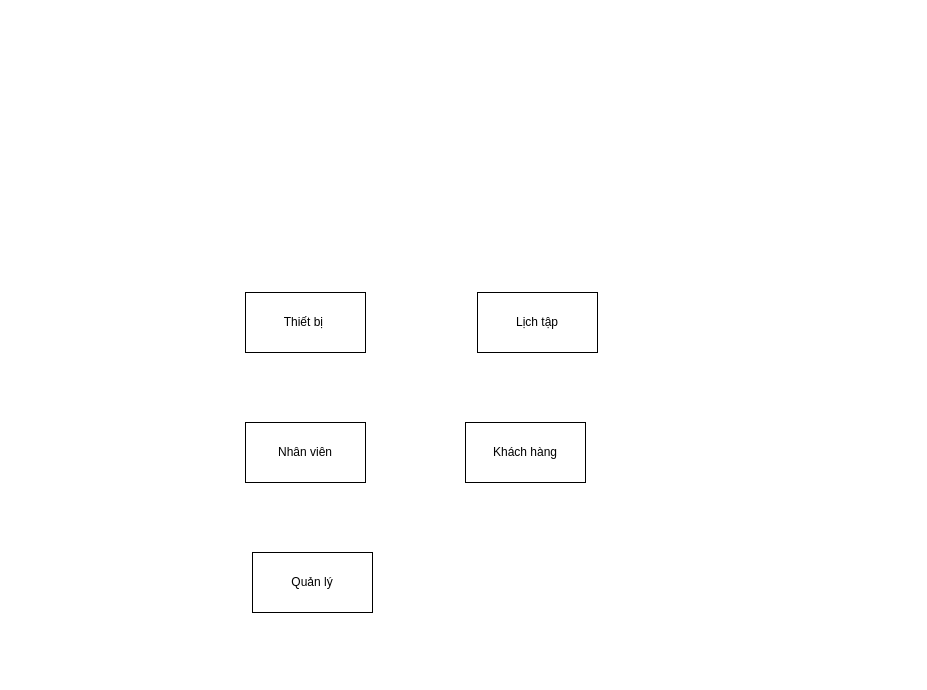
This is ERD.drawio from karuhame/PBL3, a draw.io file, before an edit. Source tidied: cells renumbered, new cells numbered last; positions are measured from the earlier drawing's top-left corner, leaving out a move shared by most shapes. Both pictures are drawn from the tidied source at 100%, with x=0, y=0 at pixel (245, 292).
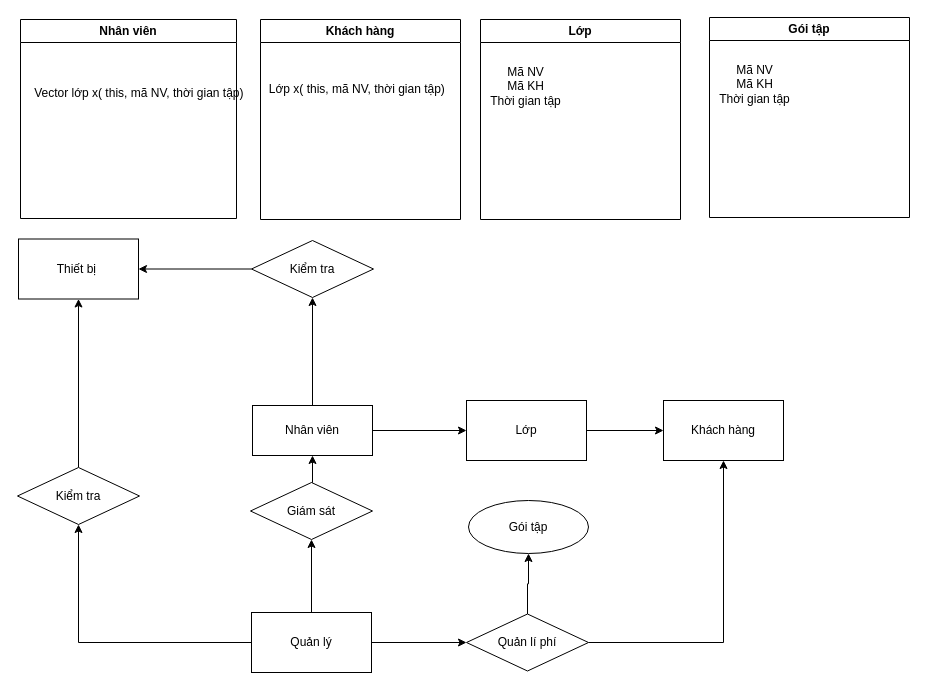
The same diagram, later.

Change to the diagram source:
```diff
@@
+    <mxCell id="7" style="edgeStyle=orthogonalEdgeStyle;rounded=0;jettySize=auto;html=1;exitX=0.5;exitY=0;exitDx=0;exitDy=0;entryX=0.5;entryY=1;entryDx=0;entryDy=0;" parent="1" edge="1" source="2" target="13">
+      <mxGeometry relative="1" as="geometry" />
+    </mxCell>
+    <mxCell id="8" style="edgeStyle=orthogonalEdgeStyle;rounded=0;jettySize=auto;html=1;exitX=1;exitY=0.5;exitDx=0;exitDy=0;entryX=0;entryY=0.5;entryDx=0;entryDy=0;" parent="1" edge="1" source="2" target="31">
+      <mxGeometry relative="1" as="geometry" />
+    </mxCell>
     <mxCell id="2" value="Nhân viên" style="rounded=0;whiteSpace=wrap;html=1;" parent="1" vertex="1">
-      <mxGeometry y="130" width="120" height="60" as="geometry" />
+      <mxGeometry x="7" y="113" width="120" height="50" as="geometry" />
     </mxCell>
     <mxCell id="3" value="Khách hàng" style="rounded=0;whiteSpace=wrap;html=1;" parent="1" vertex="1">
-      <mxGeometry x="220" y="130" width="120" height="60" as="geometry" />
+      <mxGeometry x="418" y="108" width="120" height="60" as="geometry" />
     </mxCell>
+    <mxCell id="9" style="edgeStyle=orthogonalEdgeStyle;rounded=0;jettySize=auto;html=1;exitX=0;exitY=0.5;exitDx=0;exitDy=0;entryX=0.5;entryY=1;entryDx=0;entryDy=0;" parent="1" edge="1" source="4" target="15">
+      <mxGeometry relative="1" as="geometry" />
+    </mxCell>
+    <mxCell id="10" style="edgeStyle=orthogonalEdgeStyle;rounded=0;jettySize=auto;html=1;exitX=0.5;exitY=0;exitDx=0;exitDy=0;entryX=0.5;entryY=1;entryDx=0;entryDy=0;" parent="1" edge="1" source="4" target="17">
+      <mxGeometry relative="1" as="geometry" />
+    </mxCell>
+    <mxCell id="11" style="edgeStyle=orthogonalEdgeStyle;rounded=0;jettySize=auto;html=1;exitX=1;exitY=0.5;exitDx=0;exitDy=0;entryX=0;entryY=0.5;entryDx=0;entryDy=0;" parent="1" edge="1" source="4" target="20">
+      <mxGeometry relative="1" as="geometry" />
+    </mxCell>
     <mxCell id="4" value="Quản lý" style="rounded=0;whiteSpace=wrap;html=1;" parent="1" vertex="1">
-      <mxGeometry x="7" y="260" width="120" height="60" as="geometry" />
+      <mxGeometry x="6" y="320" width="120" height="60" as="geometry" />
     </mxCell>
     <mxCell id="5" value="Thiết bị&amp;nbsp;" style="rounded=0;whiteSpace=wrap;html=1;" parent="1" vertex="1">
-      <mxGeometry width="120" height="60" as="geometry" />
+      <mxGeometry x="-227" y="-53.5" width="120" height="60" as="geometry" />
     </mxCell>
-    <mxCell id="6" value="Lịch tập" style="rounded=0;whiteSpace=wrap;html=1;" parent="1" vertex="1">
-      <mxGeometry x="232" width="120" height="60" as="geometry" />
-    </mxCell>
+    <mxCell id="12" style="edgeStyle=orthogonalEdgeStyle;rounded=0;jettySize=auto;html=1;exitX=0;exitY=0.5;exitDx=0;exitDy=0;entryX=1;entryY=0.5;entryDx=0;entryDy=0;" parent="1" edge="1" source="13" target="5">
+      <mxGeometry relative="1" as="geometry" />
+    </mxCell>
+    <mxCell id="13" value="Kiểm tra" style="rhombus;whiteSpace=wrap;html=1;" parent="1" vertex="1">
+      <mxGeometry x="6" y="-52" width="122" height="57" as="geometry" />
+    </mxCell>
+    <mxCell id="14" style="edgeStyle=orthogonalEdgeStyle;rounded=0;jettySize=auto;html=1;exitX=0.5;exitY=0;exitDx=0;exitDy=0;entryX=0.5;entryY=1;entryDx=0;entryDy=0;" parent="1" edge="1" source="15" target="5">
+      <mxGeometry relative="1" as="geometry" />
+    </mxCell>
+    <mxCell id="15" value="Kiểm tra" style="rhombus;whiteSpace=wrap;html=1;" parent="1" vertex="1">
+      <mxGeometry x="-228" y="175" width="122" height="57" as="geometry" />
+    </mxCell>
+    <mxCell id="16" style="edgeStyle=orthogonalEdgeStyle;rounded=0;jettySize=auto;html=1;exitX=0.5;exitY=0;exitDx=0;exitDy=0;entryX=0.5;entryY=1;entryDx=0;entryDy=0;" parent="1" edge="1" source="17" target="2">
+      <mxGeometry relative="1" as="geometry" />
+    </mxCell>
+    <mxCell id="17" value="Giám sát" style="rhombus;whiteSpace=wrap;html=1;" parent="1" vertex="1">
+      <mxGeometry x="5" y="190" width="122" height="57" as="geometry" />
+    </mxCell>
+    <mxCell id="18" style="edgeStyle=orthogonalEdgeStyle;rounded=0;jettySize=auto;html=1;exitX=1;exitY=0.5;exitDx=0;exitDy=0;entryX=0.5;entryY=1;entryDx=0;entryDy=0;" parent="1" edge="1" source="20" target="3">
+      <mxGeometry relative="1" as="geometry" />
+    </mxCell>
+    <mxCell id="19" style="edgeStyle=orthogonalEdgeStyle;rounded=0;jettySize=auto;html=1;exitX=0.5;exitY=0;exitDx=0;exitDy=0;entryX=0.5;entryY=1;entryDx=0;entryDy=0;" parent="1" edge="1" source="20" target="21">
+      <mxGeometry relative="1" as="geometry" />
+    </mxCell>
+    <mxCell id="20" value="Quản lí phí" style="rhombus;whiteSpace=wrap;html=1;" parent="1" vertex="1">
+      <mxGeometry x="221" y="321.5" width="122" height="57" as="geometry" />
+    </mxCell>
+    <mxCell id="21" value="Gói tập" style="ellipse;whiteSpace=wrap;html=1;" parent="1" vertex="1">
+      <mxGeometry x="223" y="208" width="120" height="53" as="geometry" />
+    </mxCell>
+    <mxCell id="22" value="Lớp" style="swimlane;whiteSpace=wrap;html=1;" parent="1" vertex="1">
+      <mxGeometry x="235" y="-273" width="200" height="200" as="geometry" />
+    </mxCell>
+    <mxCell id="23" value="Mã NV&lt;br&gt;Mã KH&lt;br&gt;Thời gian tập" style="text;html=1;align=center;verticalAlign=middle;strokeColor=none;fillColor=none;" parent="22" vertex="1">
+      <mxGeometry y="39" width="89" height="55" as="geometry" />
+    </mxCell>
+    <mxCell id="24" value="Khách hàng" style="swimlane;whiteSpace=wrap;html=1;startSize=23;" parent="1" vertex="1">
+      <mxGeometry x="15" y="-273" width="200" height="200" as="geometry" />
+    </mxCell>
+    <mxCell id="25" value="Lớp x( this, mã NV, thời gian tập)&amp;nbsp;" style="text;html=1;align=center;verticalAlign=middle;strokeColor=none;fillColor=none;" parent="24" vertex="1">
+      <mxGeometry x="-1" y="57" width="197" height="26" as="geometry" />
+    </mxCell>
+    <mxCell id="26" value="Nhân viên" style="swimlane;whiteSpace=wrap;html=1;startSize=23;" parent="1" vertex="1">
+      <mxGeometry x="-225" y="-273" width="216" height="199" as="geometry" />
+    </mxCell>
+    <mxCell id="27" value="Vector lớp x( this, mã NV, thời gian tập)&amp;nbsp;" style="text;html=1;align=center;verticalAlign=middle;strokeColor=none;fillColor=none;" parent="26" vertex="1">
+      <mxGeometry x="4" y="61" width="231" height="26" as="geometry" />
+    </mxCell>
+    <mxCell id="28" value="Gói tập" style="swimlane;whiteSpace=wrap;html=1;" parent="1" vertex="1">
+      <mxGeometry x="464" y="-275" width="200" height="200" as="geometry" />
+    </mxCell>
+    <mxCell id="29" value="Mã NV&lt;br&gt;Mã KH&lt;br&gt;Thời gian tập" style="text;html=1;align=center;verticalAlign=middle;strokeColor=none;fillColor=none;" parent="28" vertex="1">
+      <mxGeometry y="39" width="89" height="55" as="geometry" />
+    </mxCell>
+    <mxCell id="30" style="edgeStyle=orthogonalEdgeStyle;rounded=0;jettySize=auto;html=1;exitX=1;exitY=0.5;exitDx=0;exitDy=0;entryX=0;entryY=0.5;entryDx=0;entryDy=0;" parent="1" edge="1" source="31" target="3">
+      <mxGeometry relative="1" as="geometry" />
+    </mxCell>
+    <mxCell id="31" value="Lớp" style="rounded=0;whiteSpace=wrap;html=1;" parent="1" vertex="1">
+      <mxGeometry x="221" y="108" width="120" height="60" as="geometry" />
+    </mxCell>
```
